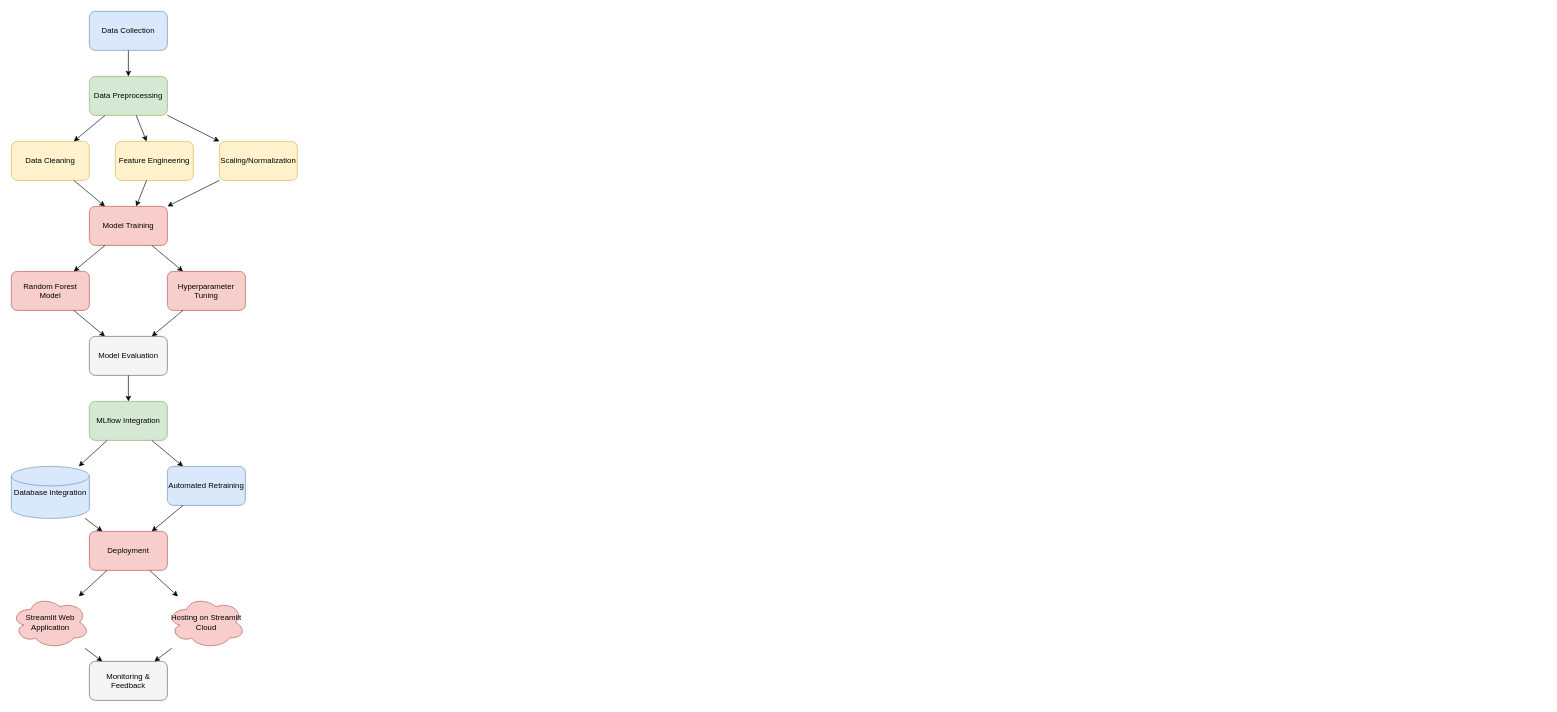
Above: resources/pipeline.drawio in ahmedtarek26/MissedMatch (draw.io), before the change. Source tidied: cells renumbered, new cells numbered last; positions are measured from the earlier drawing's top-left corner, leaving out a move shared by most shapes. Both pictures are drawn from the tidied source at 65%, with x=0, y=0 at pixel (11, 11).
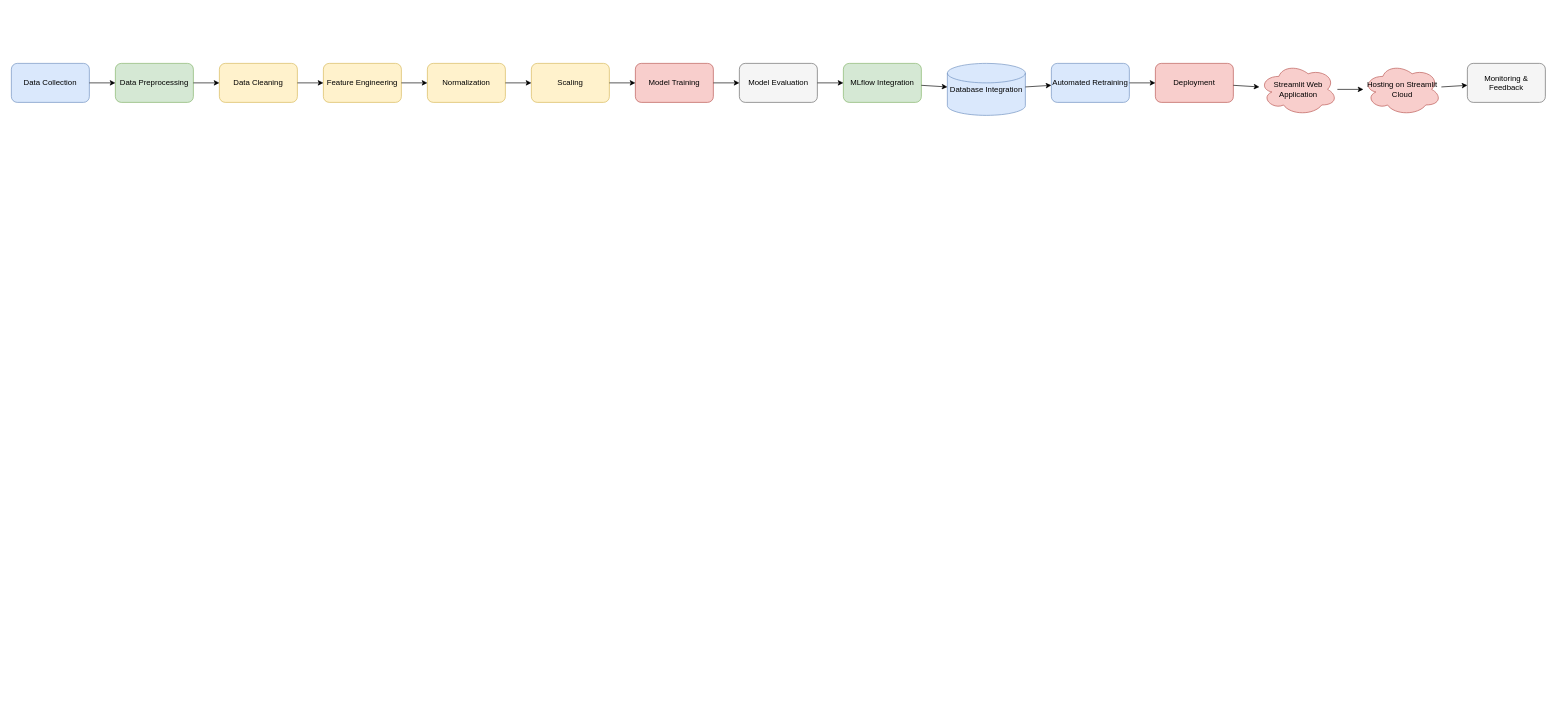
Above is the later version.

What changed in the source:
```diff
@@
     <mxCell id="2" value="Data Collection" style="rounded=1;whiteSpace=wrap;html=1;fillColor=#dae8fc;strokeColor=#6c8ebf;" parent="1" vertex="1">
-      <mxGeometry x="120" width="120" height="60" as="geometry" />
+      <mxGeometry y="80" width="120" height="60" as="geometry" />
     </mxCell>
     <mxCell id="3" value="Data Preprocessing" style="rounded=1;whiteSpace=wrap;html=1;fillColor=#d5e8d4;strokeColor=#82b366;" parent="1" vertex="1">
-      <mxGeometry x="120" y="100" width="120" height="60" as="geometry" />
+      <mxGeometry x="160" y="80" width="120" height="60" as="geometry" />
     </mxCell>
     <mxCell id="4" value="Data Cleaning" style="rounded=1;whiteSpace=wrap;html=1;fillColor=#fff2cc;strokeColor=#d6b656;" parent="1" vertex="1">
-      <mxGeometry y="200" width="120" height="60" as="geometry" />
+      <mxGeometry x="320" y="80" width="120" height="60" as="geometry" />
     </mxCell>
     <mxCell id="5" value="Feature Engineering" style="rounded=1;whiteSpace=wrap;html=1;fillColor=#fff2cc;strokeColor=#d6b656;" parent="1" vertex="1">
-      <mxGeometry x="160" y="200" width="120" height="60" as="geometry" />
+      <mxGeometry x="480" y="80" width="120" height="60" as="geometry" />
     </mxCell>
-    <mxCell id="6" value="Scaling/Normalization" style="rounded=1;whiteSpace=wrap;html=1;fillColor=#fff2cc;strokeColor=#d6b656;" parent="1" vertex="1">
-      <mxGeometry x="320" y="200" width="120" height="60" as="geometry" />
+    <mxCell id="6" value="Normalization" style="rounded=1;whiteSpace=wrap;html=1;fillColor=#fff2cc;strokeColor=#d6b656;" parent="1" vertex="1">
+      <mxGeometry x="640" y="80" width="120" height="60" as="geometry" />
     </mxCell>
-    <mxCell id="7" value="Model Training" style="rounded=1;whiteSpace=wrap;html=1;fillColor=#f8cecc;strokeColor=#b85450;" parent="1" vertex="1">
-      <mxGeometry x="120" y="300" width="120" height="60" as="geometry" />
+    <mxCell id="7" value="Scaling" style="rounded=1;whiteSpace=wrap;html=1;fillColor=#fff2cc;strokeColor=#d6b656;" parent="1" vertex="1">
+      <mxGeometry x="800" y="80" width="120" height="60" as="geometry" />
     </mxCell>
-    <mxCell id="8" value="Random Forest Model" style="rounded=1;whiteSpace=wrap;html=1;fillColor=#f8cecc;strokeColor=#b85450;" parent="1" vertex="1">
-      <mxGeometry y="400" width="120" height="60" as="geometry" />
+    <mxCell id="8" value="Model Training" style="rounded=1;whiteSpace=wrap;html=1;fillColor=#f8cecc;strokeColor=#b85450;" parent="1" vertex="1">
+      <mxGeometry x="960" y="80" width="120" height="60" as="geometry" />
     </mxCell>
-    <mxCell id="9" value="Hyperparameter Tuning" style="rounded=1;whiteSpace=wrap;html=1;fillColor=#f8cecc;strokeColor=#b85450;" parent="1" vertex="1">
-      <mxGeometry x="240" y="400" width="120" height="60" as="geometry" />
+    <mxCell id="9" value="Model Evaluation" style="rounded=1;whiteSpace=wrap;html=1;fillColor=#f5f5f5;strokeColor=#666666;" parent="1" vertex="1">
+      <mxGeometry x="1120" y="80" width="120" height="60" as="geometry" />
     </mxCell>
-    <mxCell id="10" value="Model Evaluation" style="rounded=1;whiteSpace=wrap;html=1;fillColor=#f5f5f5;strokeColor=#666666;" parent="1" vertex="1">
-      <mxGeometry x="120" y="500" width="120" height="60" as="geometry" />
+    <mxCell id="10" value="MLflow Integration" style="rounded=1;whiteSpace=wrap;html=1;fillColor=#d5e8d4;strokeColor=#82b366;" parent="1" vertex="1">
+      <mxGeometry x="1280" y="80" width="120" height="60" as="geometry" />
     </mxCell>
-    <mxCell id="11" value="MLflow Integration" style="rounded=1;whiteSpace=wrap;html=1;fillColor=#d5e8d4;strokeColor=#82b366;" parent="1" vertex="1">
-      <mxGeometry x="120" y="600" width="120" height="60" as="geometry" />
+    <mxCell id="11" value="Database Integration" style="shape=cylinder3;whiteSpace=wrap;html=1;fillColor=#dae8fc;strokeColor=#6c8ebf;" parent="1" vertex="1">
+      <mxGeometry x="1440" y="80" width="120" height="80" as="geometry" />
     </mxCell>
-    <mxCell id="12" value="Database Integration" style="shape=cylinder3;whiteSpace=wrap;html=1;fillColor=#dae8fc;strokeColor=#6c8ebf;" parent="1" vertex="1">
-      <mxGeometry y="700" width="120" height="80" as="geometry" />
+    <mxCell id="12" value="Automated Retraining" style="rounded=1;whiteSpace=wrap;html=1;fillColor=#dae8fc;strokeColor=#6c8ebf;" parent="1" vertex="1">
+      <mxGeometry x="1600" y="80" width="120" height="60" as="geometry" />
     </mxCell>
-    <mxCell id="13" value="Automated Retraining" style="rounded=1;whiteSpace=wrap;html=1;fillColor=#dae8fc;strokeColor=#6c8ebf;" parent="1" vertex="1">
-      <mxGeometry x="240" y="700" width="120" height="60" as="geometry" />
+    <mxCell id="13" value="Deployment" style="rounded=1;whiteSpace=wrap;html=1;fillColor=#f8cecc;strokeColor=#b85450;" parent="1" vertex="1">
+      <mxGeometry x="1760" y="80" width="120" height="60" as="geometry" />
     </mxCell>
-    <mxCell id="14" value="Deployment" style="rounded=1;whiteSpace=wrap;html=1;fillColor=#f8cecc;strokeColor=#b85450;" parent="1" vertex="1">
-      <mxGeometry x="120" y="800" width="120" height="60" as="geometry" />
+    <mxCell id="14" value="Streamlit Web Application" style="shape=cloud;whiteSpace=wrap;html=1;fillColor=#f8cecc;strokeColor=#b85450;" parent="1" vertex="1">
+      <mxGeometry x="1920" y="80" width="120" height="80" as="geometry" />
     </mxCell>
-    <mxCell id="15" value="Streamlit Web Application" style="shape=cloud;whiteSpace=wrap;html=1;fillColor=#f8cecc;strokeColor=#b85450;" parent="1" vertex="1">
-      <mxGeometry y="900" width="120" height="80" as="geometry" />
+    <mxCell id="15" value="Hosting on Streamlit Cloud" style="shape=cloud;whiteSpace=wrap;html=1;fillColor=#f8cecc;strokeColor=#b85450;" parent="1" vertex="1">
+      <mxGeometry x="2080" y="80" width="120" height="80" as="geometry" />
     </mxCell>
-    <mxCell id="16" value="Hosting on Streamlit Cloud" style="shape=cloud;whiteSpace=wrap;html=1;fillColor=#f8cecc;strokeColor=#b85450;" parent="1" vertex="1">
-      <mxGeometry x="240" y="900" width="120" height="80" as="geometry" />
+    <mxCell id="16" value="Monitoring &amp; Feedback" style="rounded=1;whiteSpace=wrap;html=1;fillColor=#f5f5f5;strokeColor=#666666;" parent="1" vertex="1">
+      <mxGeometry x="2240" y="80" width="120" height="60" as="geometry" />
     </mxCell>
-    <mxCell id="17" value="Monitoring &amp; Feedback" style="rounded=1;whiteSpace=wrap;html=1;fillColor=#f5f5f5;strokeColor=#666666;" parent="1" vertex="1">
-      <mxGeometry x="120" y="1000" width="120" height="60" as="geometry" />
+    <mxCell id="17" style="endArrow=classic;html=1;" parent="1" edge="1" source="2" target="3">
+      <mxGeometry relative="1" as="geometry" />
     </mxCell>
-    <mxCell id="18" style="endArrow=classic;html=1;" parent="1" edge="1" source="2" target="3">
+    <mxCell id="18" style="endArrow=classic;html=1;" parent="1" edge="1" source="3" target="4">
       <mxGeometry relative="1" as="geometry" />
     </mxCell>
-    <mxCell id="19" style="endArrow=classic;html=1;" parent="1" edge="1" source="3" target="4">
+    <mxCell id="19" style="endArrow=classic;html=1;" parent="1" edge="1" source="4" target="5">
       <mxGeometry relative="1" as="geometry" />
     </mxCell>
-    <mxCell id="20" style="endArrow=classic;html=1;" parent="1" edge="1" source="3" target="5">
+    <mxCell id="20" style="endArrow=classic;html=1;" parent="1" edge="1" source="5" target="6">
       <mxGeometry relative="1" as="geometry" />
     </mxCell>
-    <mxCell id="21" style="endArrow=classic;html=1;" parent="1" edge="1" source="3" target="6">
+    <mxCell id="21" style="endArrow=classic;html=1;" parent="1" edge="1" source="6" target="7">
       <mxGeometry relative="1" as="geometry" />
     </mxCell>
-    <mxCell id="22" style="endArrow=classic;html=1;" parent="1" edge="1" source="4" target="7">
+    <mxCell id="22" style="endArrow=classic;html=1;" parent="1" edge="1" source="7" target="8">
       <mxGeometry relative="1" as="geometry" />
     </mxCell>
-    <mxCell id="23" style="endArrow=classic;html=1;" parent="1" edge="1" source="5" target="7">
+    <mxCell id="23" style="endArrow=classic;html=1;" parent="1" edge="1" source="8" target="9">
       <mxGeometry relative="1" as="geometry" />
     </mxCell>
-    <mxCell id="24" style="endArrow=classic;html=1;" parent="1" edge="1" source="6" target="7">
+    <mxCell id="24" style="endArrow=classic;html=1;" parent="1" edge="1" source="9" target="10">
       <mxGeometry relative="1" as="geometry" />
     </mxCell>
-    <mxCell id="25" style="endArrow=classic;html=1;" parent="1" edge="1" source="7" target="8">
+    <mxCell id="25" style="endArrow=classic;html=1;" parent="1" edge="1" source="10" target="11">
       <mxGeometry relative="1" as="geometry" />
     </mxCell>
-    <mxCell id="26" style="endArrow=classic;html=1;" parent="1" edge="1" source="7" target="9">
+    <mxCell id="26" style="endArrow=classic;html=1;" parent="1" edge="1" source="11" target="12">
       <mxGeometry relative="1" as="geometry" />
     </mxCell>
-    <mxCell id="27" style="endArrow=classic;html=1;" parent="1" edge="1" source="8" target="10">
+    <mxCell id="27" style="endArrow=classic;html=1;" parent="1" edge="1" source="12" target="13">
       <mxGeometry relative="1" as="geometry" />
     </mxCell>
-    <mxCell id="28" style="endArrow=classic;html=1;" parent="1" edge="1" source="9" target="10">
+    <mxCell id="28" style="endArrow=classic;html=1;" parent="1" edge="1" source="13" target="14">
       <mxGeometry relative="1" as="geometry" />
     </mxCell>
-    <mxCell id="29" style="endArrow=classic;html=1;" parent="1" edge="1" source="10" target="11">
+    <mxCell id="29" style="endArrow=classic;html=1;" parent="1" edge="1" source="14" target="15">
       <mxGeometry relative="1" as="geometry" />
     </mxCell>
-    <mxCell id="30" style="endArrow=classic;html=1;" parent="1" edge="1" source="11" target="12">
+    <mxCell id="30" style="endArrow=classic;html=1;" parent="1" edge="1" source="15" target="16">
       <mxGeometry relative="1" as="geometry" />
     </mxCell>
-    <mxCell id="31" style="endArrow=classic;html=1;" parent="1" edge="1" source="11" target="13">
-      <mxGeometry relative="1" as="geometry" />
-    </mxCell>
-    <mxCell id="32" style="endArrow=classic;html=1;" parent="1" edge="1" source="12" target="14">
-      <mxGeometry relative="1" as="geometry" />
-    </mxCell>
-    <mxCell id="33" style="endArrow=classic;html=1;" parent="1" edge="1" source="13" target="14">
-      <mxGeometry relative="1" as="geometry" />
-    </mxCell>
-    <mxCell id="34" style="endArrow=classic;html=1;" parent="1" edge="1" source="14" target="15">
-      <mxGeometry relative="1" as="geometry" />
-    </mxCell>
-    <mxCell id="35" style="endArrow=classic;html=1;" parent="1" edge="1" source="14" target="16">
-      <mxGeometry relative="1" as="geometry" />
-    </mxCell>
-    <mxCell id="36" style="endArrow=classic;html=1;" parent="1" edge="1" source="15" target="17">
-      <mxGeometry relative="1" as="geometry" />
-    </mxCell>
-    <mxCell id="37" style="endArrow=classic;html=1;" parent="1" edge="1" source="16" target="17">
-      <mxGeometry relative="1" as="geometry" />
-    </mxCell>
```
